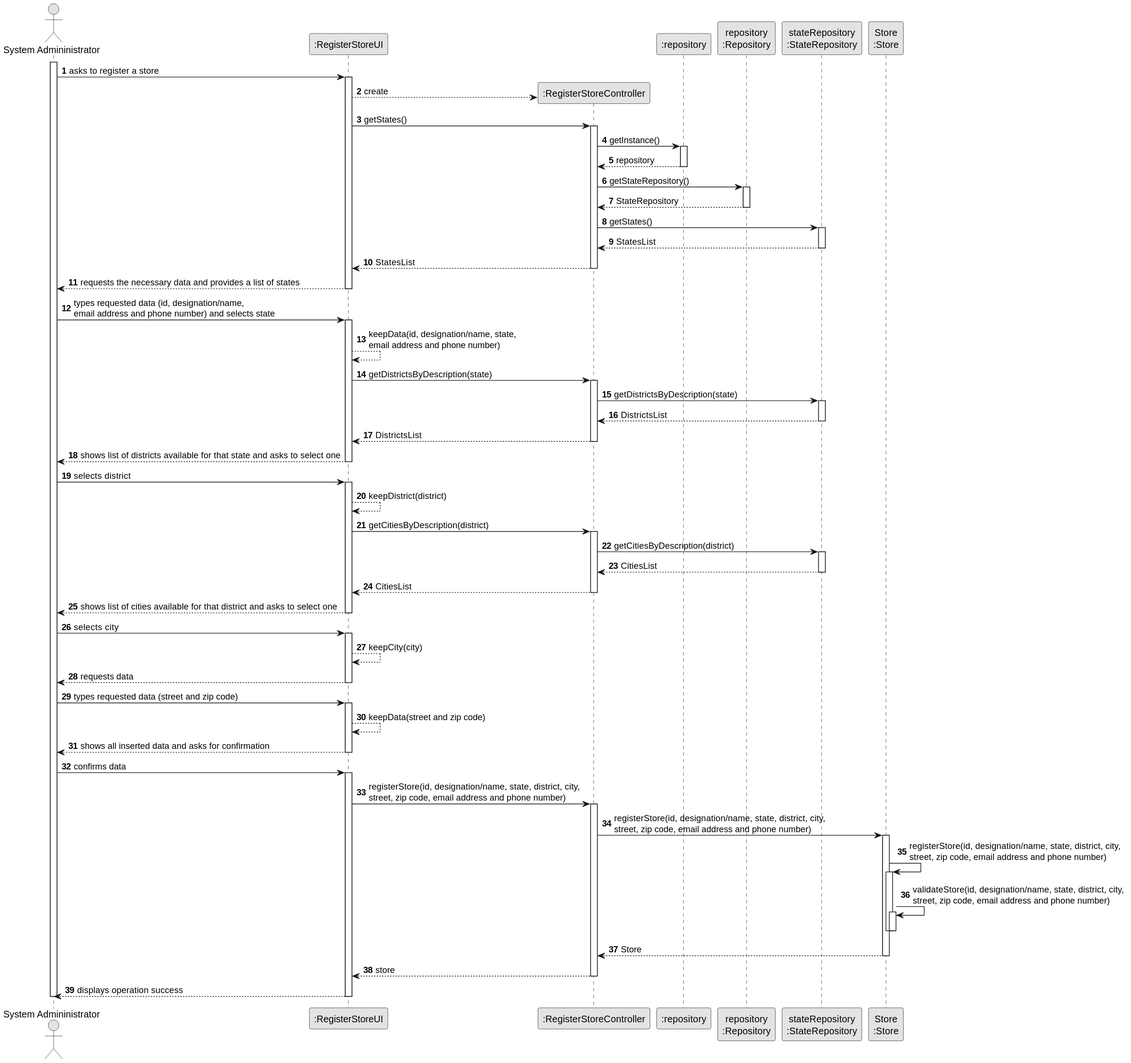
Above: docs/sprintB/US05/03.design/svg/us05-sequence-diagram-full.svg in PureNimble/ISEP-LAPR2 (PlantUML), before the change.
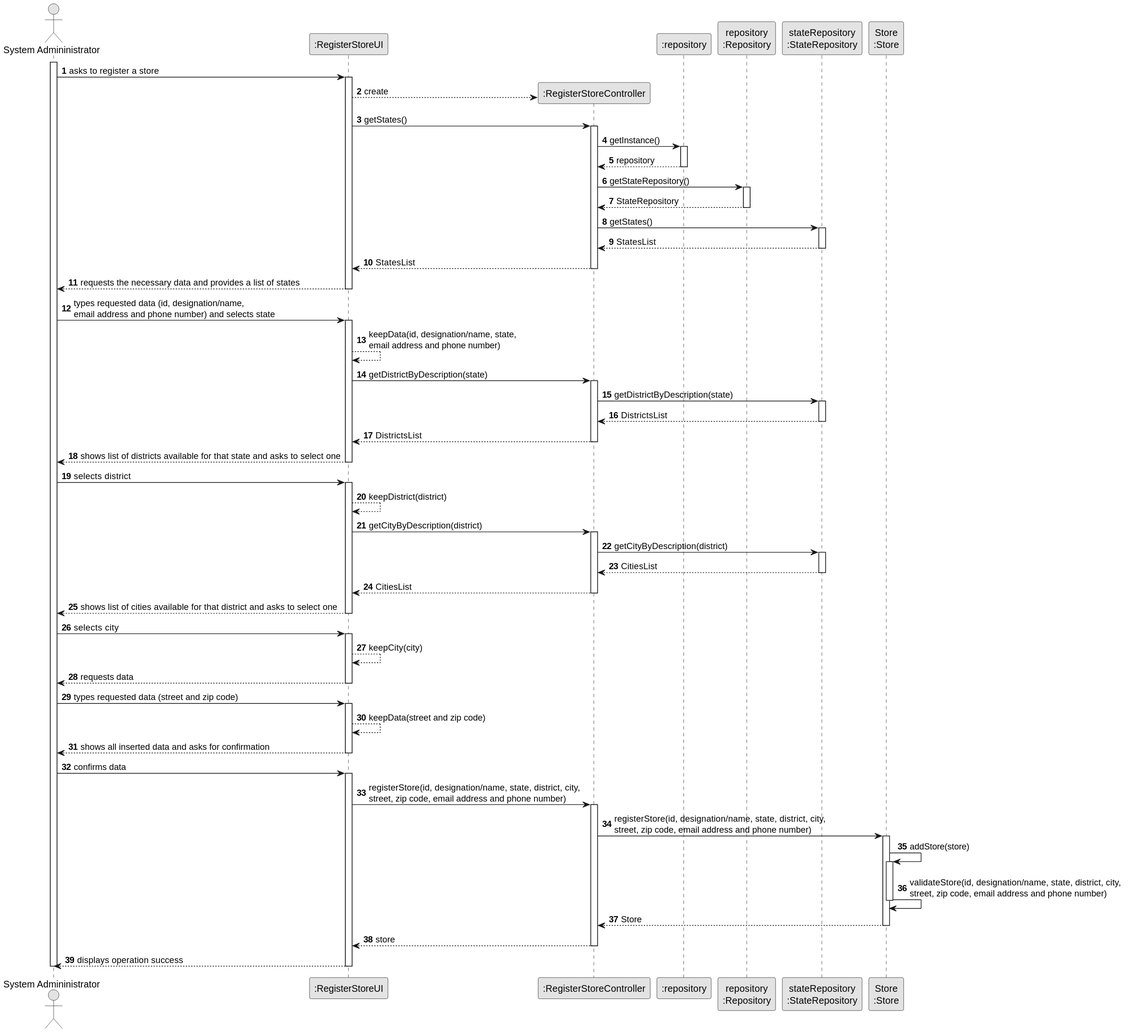
The same file after the commit.

Diff of the diagram source:
```diff
@@ -48,9 +48,9 @@
     Admin -> RegisterStoreUI : types requested data (id, designation/name, \nemail address and phone number) and selects state
         activate RegisterStoreUI
         RegisterStoreUI --> RegisterStoreUI : keepData(id, designation/name, state, \nemail address and phone number)
-            RegisterStoreUI -> RegisterStoreController : getDistrictsByDescription(state)
+            RegisterStoreUI -> RegisterStoreController : getDistrictByDescription(state)
                 activate RegisterStoreController
-                            RegisterStoreController -> StateRepository : getDistrictsByDescription(state)
+                            RegisterStoreController -> StateRepository : getDistrictByDescription(state)
                         activate StateRepository
                         StateRepository --> RegisterStoreController : DistrictsList
                         deactivate StateRepository
@@ -62,9 +62,9 @@
     Admin -> RegisterStoreUI : selects district
         activate RegisterStoreUI
         RegisterStoreUI --> RegisterStoreUI : keepDistrict(district)
-        RegisterStoreUI -> RegisterStoreController : getCitiesByDescription(district)
+        RegisterStoreUI -> RegisterStoreController : getCityByDescription(district)
             activate RegisterStoreController
-                        RegisterStoreController -> StateRepository : getCitiesByDescription(district)
+                        RegisterStoreController -> StateRepository : getCityByDescription(district)
                         activate StateRepository
 
                         StateRepository --> RegisterStoreController : CitiesList
@@ -95,11 +95,9 @@
 
             activate Store
 
-               Store -> Store : registerStore(id, designation/name, state, district, city, \nstreet, zip code, email address and phone number)
+               Store -> Store : addStore(store)
                 activate Store
                         Store -> Store : validateStore(id, designation/name, state, district, city, \nstreet, zip code, email address and phone number)
-                            activate Store
-                    deactivate Store
                 deactivate Store
                     Store --> RegisterStoreController : Store
             deactivate Store
```
